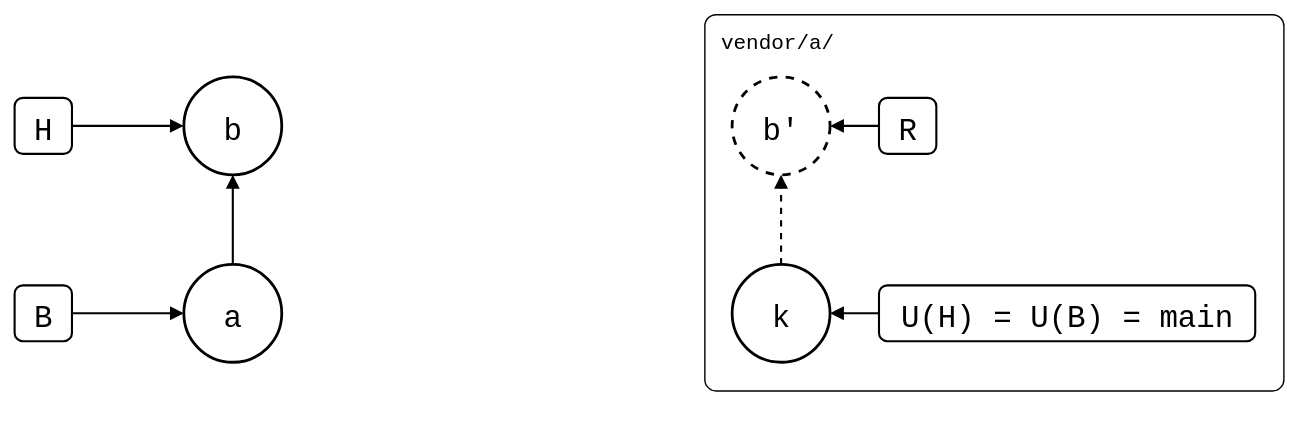
This is git-splice/test/scenarios/03-branches-and-teamwork/02-feature-branch-from-main/feature-branch-from-main.drawio.svg from roschaefer/episodes, a draw.io export, as it was before one commit. Source tidied: cells renumbered, new cells last; positions are measured from the earlier drawing's top-left corner, leaving out a move shared by most shapes. The source it was exported from:
```xml
<mxGraphModel background="#ffffff">
  <root>
    <mxCell id="0" />
    <mxCell id="1" parent="0" />
    <mxCell id="2" value="vendor/a/" style="rounded=1;arcSize=3;fillColor=none;strokeWidth=1;fontSize=15;verticalAlign=top;align=left;spacingLeft=10;spacingTop=4;fontFamily=Roboto Mono,monospace;" parent="1" vertex="1">
      <mxGeometry x="493" width="414" height="269" as="geometry" />
    </mxCell>
    <mxCell id="3" value="a" style="ellipse;strokeWidth=2;fontSize=22;fontFamily=Roboto Mono,monospace;" parent="1" vertex="1">
      <mxGeometry x="121" y="179" width="70" height="70" as="geometry" />
    </mxCell>
    <mxCell id="4" value="b" style="ellipse;strokeWidth=2;fontSize=22;fontFamily=Roboto Mono,monospace;" parent="1" vertex="1">
      <mxGeometry x="121" y="45" width="70" height="70" as="geometry" />
    </mxCell>
    <mxCell id="5" value="k" style="ellipse;strokeWidth=2;fontSize=22;fontFamily=Roboto Mono,monospace;" parent="1" vertex="1">
      <mxGeometry x="513" y="179" width="70" height="70" as="geometry" />
    </mxCell>
    <mxCell id="6" value="b'" style="ellipse;strokeWidth=2;fontSize=22;fontFamily=Roboto Mono,monospace;dashed=1;" parent="1" vertex="1">
      <mxGeometry x="513" y="45" width="70" height="70" as="geometry" />
    </mxCell>
    <mxCell id="7" value="H" style="rounded=1;strokeWidth=1.5;fontSize=22;fontFamily=Roboto Mono,monospace;" parent="1" vertex="1">
      <mxGeometry y="60" width="41" height="40" as="geometry" />
    </mxCell>
    <mxCell id="8" style="endArrow=block;endFill=1;html=1;strokeWidth=1.5;rounded=0;" parent="1" edge="1" source="7" target="4">
      <mxGeometry relative="1" as="geometry" />
    </mxCell>
    <mxCell id="9" value="B" style="rounded=1;strokeWidth=1.5;fontSize=22;fontFamily=Roboto Mono,monospace;" parent="1" vertex="1">
      <mxGeometry y="194" width="41" height="40" as="geometry" />
    </mxCell>
    <mxCell id="10" style="endArrow=block;endFill=1;html=1;strokeWidth=1.5;rounded=0;" parent="1" edge="1" source="9" target="3">
      <mxGeometry relative="1" as="geometry" />
    </mxCell>
    <mxCell id="11" value="U(H) = U(B) = main" style="rounded=1;strokeWidth=1.5;fontSize=22;fontFamily=Roboto Mono,monospace;" parent="1" vertex="1">
      <mxGeometry x="618" y="194" width="269" height="40" as="geometry" />
    </mxCell>
    <mxCell id="12" style="endArrow=block;endFill=1;html=1;strokeWidth=1.5;rounded=0;" parent="1" edge="1" source="11" target="5">
      <mxGeometry relative="1" as="geometry" />
    </mxCell>
    <mxCell id="13" value="R" style="rounded=1;strokeWidth=1.5;fontSize=22;fontFamily=Roboto Mono,monospace;" parent="1" vertex="1">
      <mxGeometry x="618" y="60" width="41" height="40" as="geometry" />
    </mxCell>
    <mxCell id="14" style="endArrow=block;endFill=1;html=1;strokeWidth=1.5;rounded=0;" parent="1" edge="1" source="13" target="6">
      <mxGeometry relative="1" as="geometry" />
    </mxCell>
    <mxCell id="15" style="endArrow=block;endFill=1;html=1;strokeWidth=1.5;rounded=0;" parent="1" edge="1" source="3" target="4">
      <mxGeometry relative="1" as="geometry" />
    </mxCell>
    <mxCell id="16" style="endArrow=block;endFill=1;html=1;strokeWidth=1.5;rounded=0;dashed=1;" parent="1" edge="1" source="5" target="6">
      <mxGeometry relative="1" as="geometry" />
    </mxCell>
  </root>
</mxGraphModel>
```
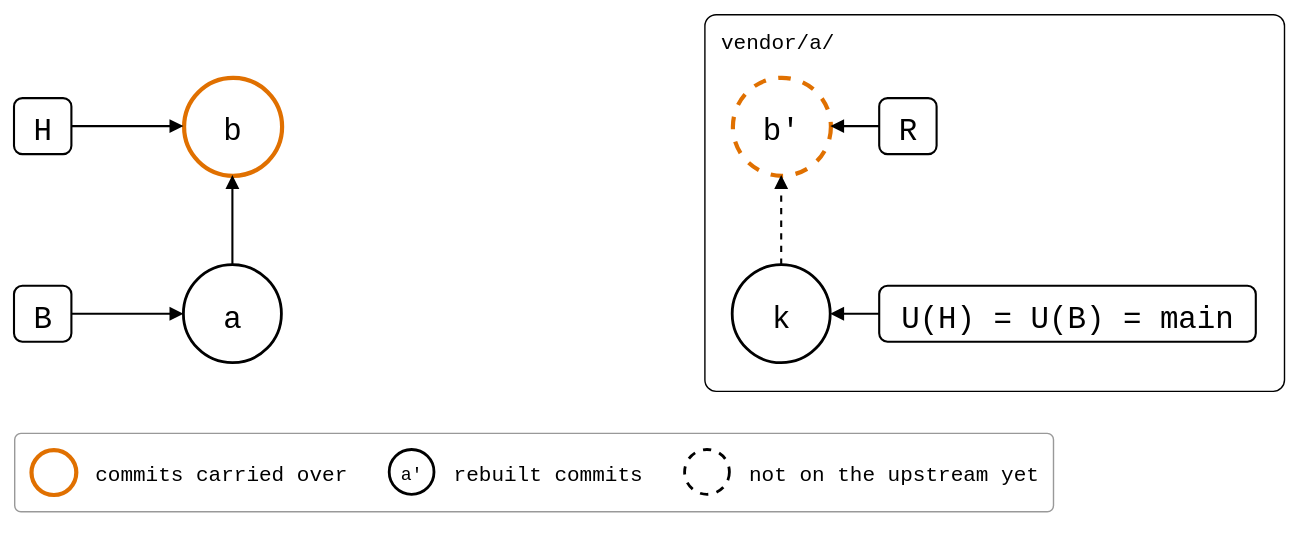
The same diagram one commit later.

Diff of the diagram source:
```diff
@@ -8,13 +8,13 @@
     <mxCell id="3" value="a" style="ellipse;strokeWidth=2;fontSize=22;fontFamily=Roboto Mono,monospace;" parent="1" vertex="1">
       <mxGeometry x="121" y="179" width="70" height="70" as="geometry" />
     </mxCell>
-    <mxCell id="4" value="b" style="ellipse;strokeWidth=2;fontSize=22;fontFamily=Roboto Mono,monospace;" parent="1" vertex="1">
+    <mxCell id="4" value="b" style="ellipse;fontSize=22;fontFamily=Roboto Mono,monospace;strokeColor=#E07000;strokeWidth=3;" parent="1" vertex="1">
       <mxGeometry x="121" y="45" width="70" height="70" as="geometry" />
     </mxCell>
     <mxCell id="5" value="k" style="ellipse;strokeWidth=2;fontSize=22;fontFamily=Roboto Mono,monospace;" parent="1" vertex="1">
       <mxGeometry x="513" y="179" width="70" height="70" as="geometry" />
     </mxCell>
-    <mxCell id="6" value="b'" style="ellipse;strokeWidth=2;fontSize=22;fontFamily=Roboto Mono,monospace;dashed=1;" parent="1" vertex="1">
+    <mxCell id="6" value="b'" style="ellipse;fontSize=22;fontFamily=Roboto Mono,monospace;dashed=1;strokeColor=#E07000;strokeWidth=3;" parent="1" vertex="1">
       <mxGeometry x="513" y="45" width="70" height="70" as="geometry" />
     </mxCell>
     <mxCell id="7" value="H" style="rounded=1;strokeWidth=1.5;fontSize=22;fontFamily=Roboto Mono,monospace;" parent="1" vertex="1">
@@ -47,5 +47,26 @@
     <mxCell id="16" style="endArrow=block;endFill=1;html=1;strokeWidth=1.5;rounded=0;dashed=1;" parent="1" edge="1" source="5" target="6">
       <mxGeometry relative="1" as="geometry" />
     </mxCell>
+    <mxCell id="17" style="rounded=1;arcSize=8;fillColor=none;strokeColor=#999999;strokeWidth=1;legend=1;" parent="1" vertex="1">
+      <mxGeometry y="299" width="742" height="56" as="geometry" />
+    </mxCell>
+    <mxCell id="18" style="ellipse;fontSize=13;fontFamily=Roboto Mono,monospace;strokeColor=#E07000;strokeWidth=3;" parent="17" vertex="1">
+      <mxGeometry x="12" y="12" width="32" height="32" as="geometry" />
+    </mxCell>
+    <mxCell id="19" value="commits carried over" style="text;align=left;verticalAlign=middle;fontSize=15;fontFamily=Roboto Mono,monospace;" parent="17" vertex="1">
+      <mxGeometry x="56" y="12" width="180" height="32" as="geometry" />
+    </mxCell>
+    <mxCell id="20" value="a'" style="ellipse;fontSize=13;fontFamily=Roboto Mono,monospace;strokeWidth=2;" parent="17" vertex="1">
+      <mxGeometry x="268" y="12" width="32" height="32" as="geometry" />
+    </mxCell>
+    <mxCell id="21" value="rebuilt commits" style="text;align=left;verticalAlign=middle;fontSize=15;fontFamily=Roboto Mono,monospace;" parent="17" vertex="1">
+      <mxGeometry x="312" y="12" width="135" height="32" as="geometry" />
+    </mxCell>
+    <mxCell id="22" style="ellipse;fontSize=13;fontFamily=Roboto Mono,monospace;strokeWidth=2;dashed=1;" parent="17" vertex="1">
+      <mxGeometry x="479" y="12" width="32" height="32" as="geometry" />
+    </mxCell>
+    <mxCell id="23" value="not on the upstream yet" style="text;align=left;verticalAlign=middle;fontSize=15;fontFamily=Roboto Mono,monospace;" parent="17" vertex="1">
+      <mxGeometry x="523" y="12" width="207" height="32" as="geometry" />
+    </mxCell>
   </root>
 </mxGraphModel>
```
